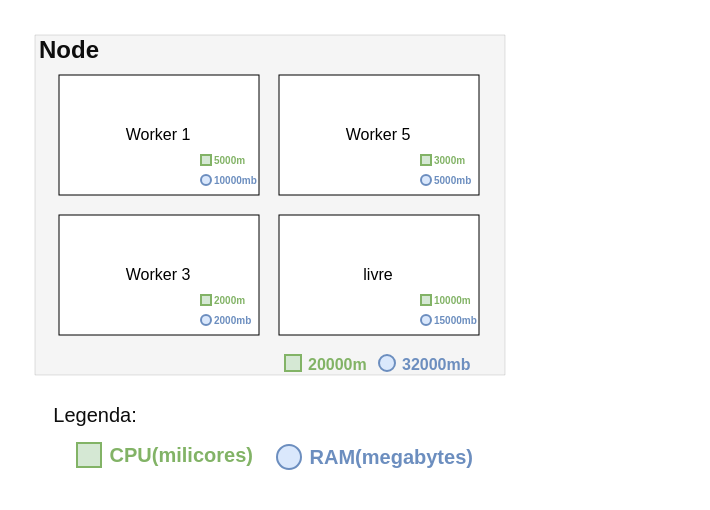
Earlier version of the draw.io diagram page "node ex" (2 of 3) of Untitled Diagram.drawio (viniciusbds/diagrams). Source tidied: cells renumbered, new cells numbered last; positions are measured from the earlier drawing's top-left corner, leaving out a move shared by most shapes. Both pictures are drawn from the tidied source at 200%, with x=0, y=0 at pixel (34, 34).
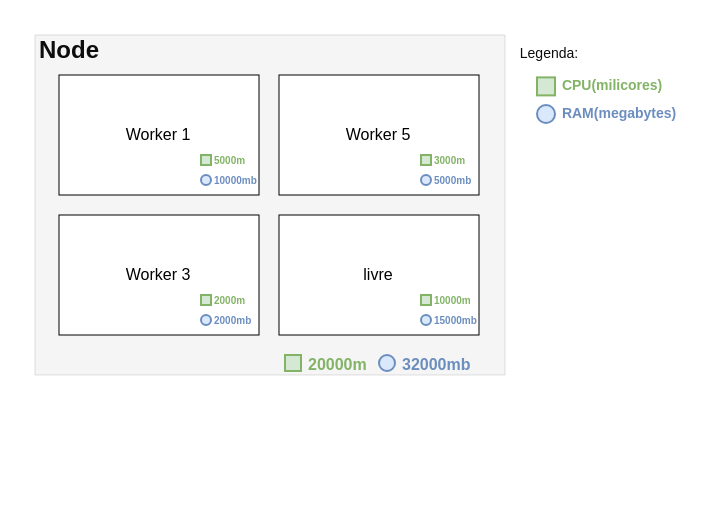
The same page after the edit.

The edit, as a diff of the source:
```diff
@@
-    <mxCell id="43" value="&lt;font&gt;Legenda&lt;/font&gt;:" style="text;html=1;align=center;verticalAlign=middle;strokeColor=none;fillColor=none;fontSize=10;fontColor=#0D0D0D;" parent="1" vertex="1">
-      <mxGeometry y="180" width="60" height="20" as="geometry" />
+    <mxCell id="43" value="&lt;font style=&quot;font-size: 7px;&quot;&gt;Legenda&lt;/font&gt;:" style="text;html=1;align=center;verticalAlign=middle;strokeColor=none;fillColor=none;fontSize=7;fontColor=#0D0D0D;" parent="1" vertex="1">
+      <mxGeometry x="232" width="50" height="20" as="geometry" />
     </mxCell>
-    <mxCell id="44" value="&amp;nbsp;CPU(milicores)" style="text;html=1;strokeColor=none;fillColor=none;align=left;verticalAlign=middle;whiteSpace=wrap;rounded=0;dashed=1;fontSize=10;fontColor=#82B366;fontStyle=1;" parent="1" vertex="1">
-      <mxGeometry x="33" y="200" width="99" height="20" as="geometry" />
+    <mxCell id="44" value="&amp;nbsp;CPU(milicores)" style="text;html=1;strokeColor=none;fillColor=none;align=left;verticalAlign=middle;whiteSpace=wrap;rounded=0;dashed=1;fontSize=7;fontColor=#82B366;fontStyle=1;" parent="1" vertex="1">
+      <mxGeometry x="260" y="20" width="51" height="11.5" as="geometry" />
     </mxCell>
     <mxCell id="45" style="whiteSpace=wrap;html=1;fontSize=12;fillColor=#d5e8d4;strokeColor=#82b366;" parent="1" vertex="1">
-      <mxGeometry x="21" y="204" width="12" height="12" as="geometry" />
+      <mxGeometry x="251" y="21.2" width="9" height="9" as="geometry" />
     </mxCell>
-    <mxCell id="46" value="&amp;nbsp;RAM(megabytes)" style="text;html=1;strokeColor=none;fillColor=none;align=left;verticalAlign=middle;whiteSpace=wrap;rounded=0;dashed=1;fontSize=10;fontColor=#6C8EBF;fontStyle=1;" parent="1" vertex="1">
-      <mxGeometry x="133" y="201" width="99" height="20" as="geometry" />
+    <mxCell id="46" value="&amp;nbsp;RAM(megabytes)" style="text;html=1;strokeColor=none;fillColor=none;align=left;verticalAlign=middle;whiteSpace=wrap;rounded=0;dashed=1;fontSize=7;fontColor=#6C8EBF;fontStyle=1;" parent="1" vertex="1">
+      <mxGeometry x="260" y="35.2" width="58" height="9" as="geometry" />
     </mxCell>
     <mxCell id="47" style="ellipse;whiteSpace=wrap;html=1;fontSize=12;fillColor=#dae8fc;strokeColor=#6c8ebf;" parent="1" vertex="1">
-      <mxGeometry x="121" y="205" width="12" height="12" as="geometry" />
+      <mxGeometry x="251" y="35" width="9" height="9" as="geometry" />
     </mxCell>
```
